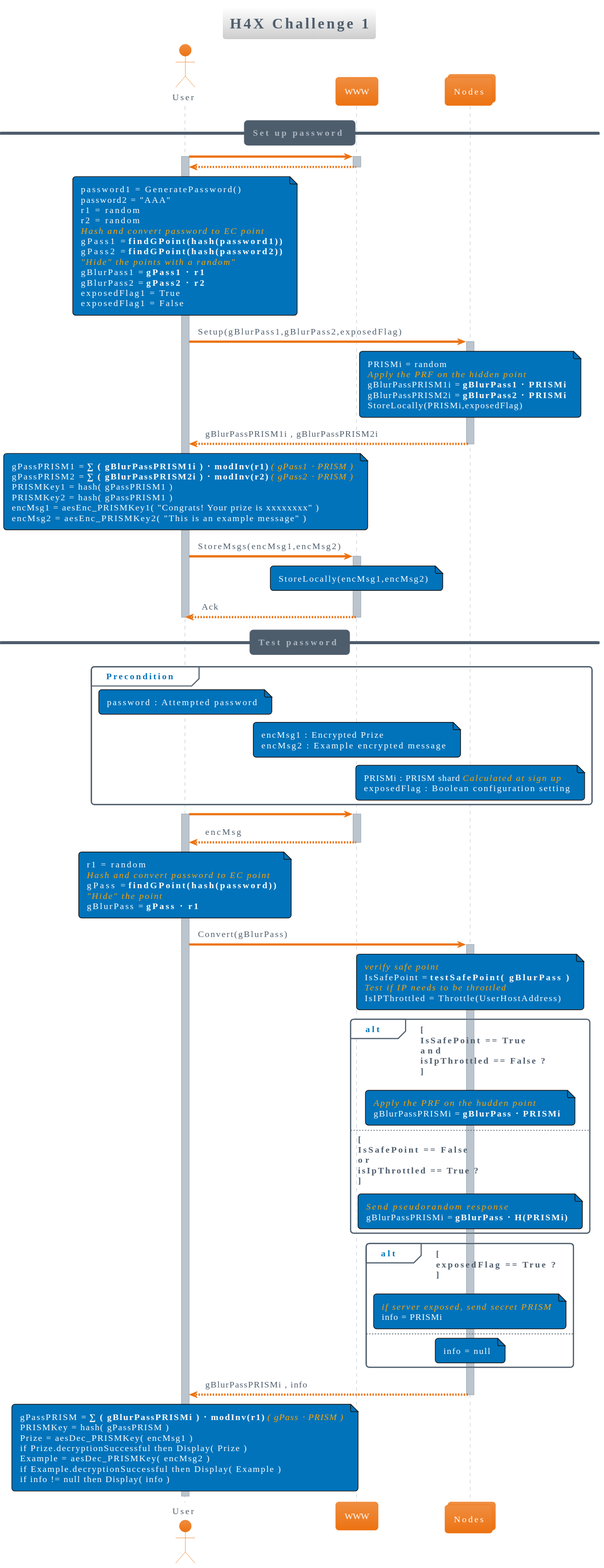
Above: diagrams/svg/H4x2_Challenge.svg in tide-foundation/Tide-h4x2 (PlantUML), before the change.
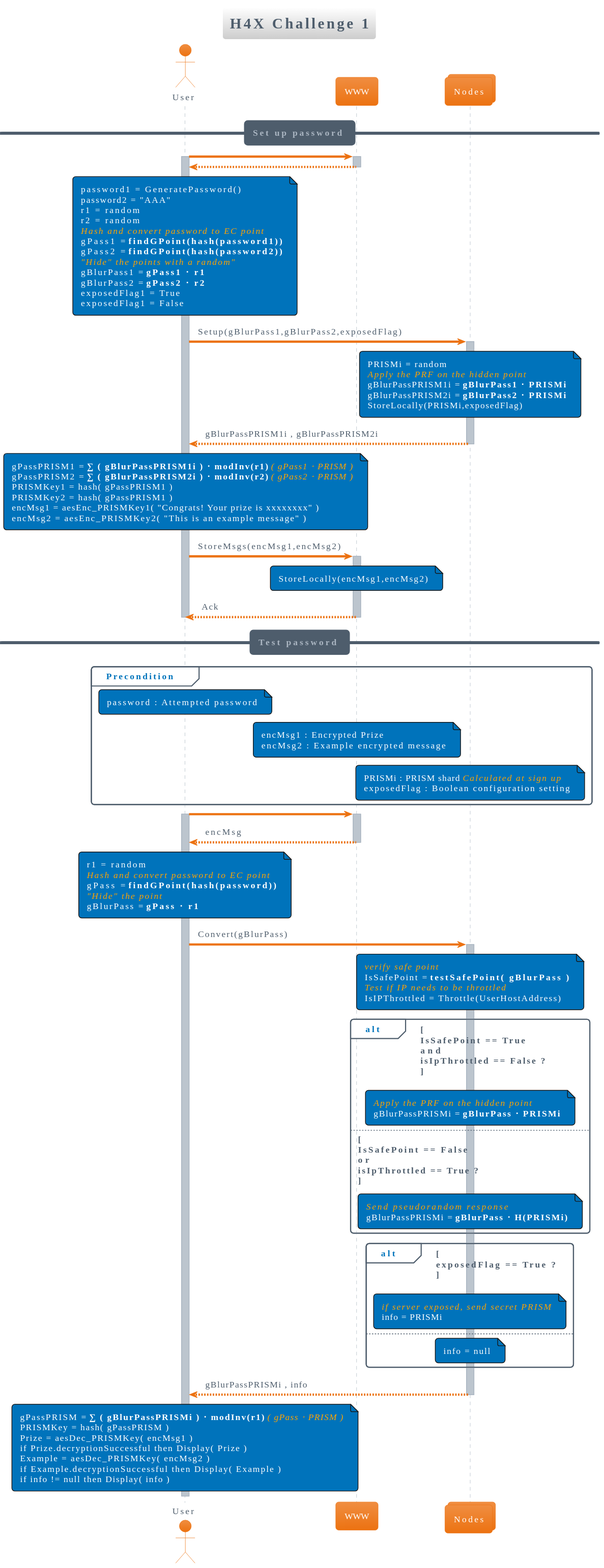
The same diagram one commit later.

Commit message:
:rocket: Adding Generated PlantUML Diagrams

The edit, as a diff of the source:
```diff
@@ -106,7 +106,7 @@
 
 alt \nIsSafePoint == True \nand\nisIpThrottled == False ?\n
     note over mORKx
-        //<color orange>Apply the PRF on the hudden point</color>//
+        //<color orange>Apply the PRF on the hidden point</color>//
         gBlurPassPRISMi = **gBlurPass ⋅ PRISMi**
     end note
 else \nIsSafePoint == False \nor\nisIpThrottled == True ?\n
```
